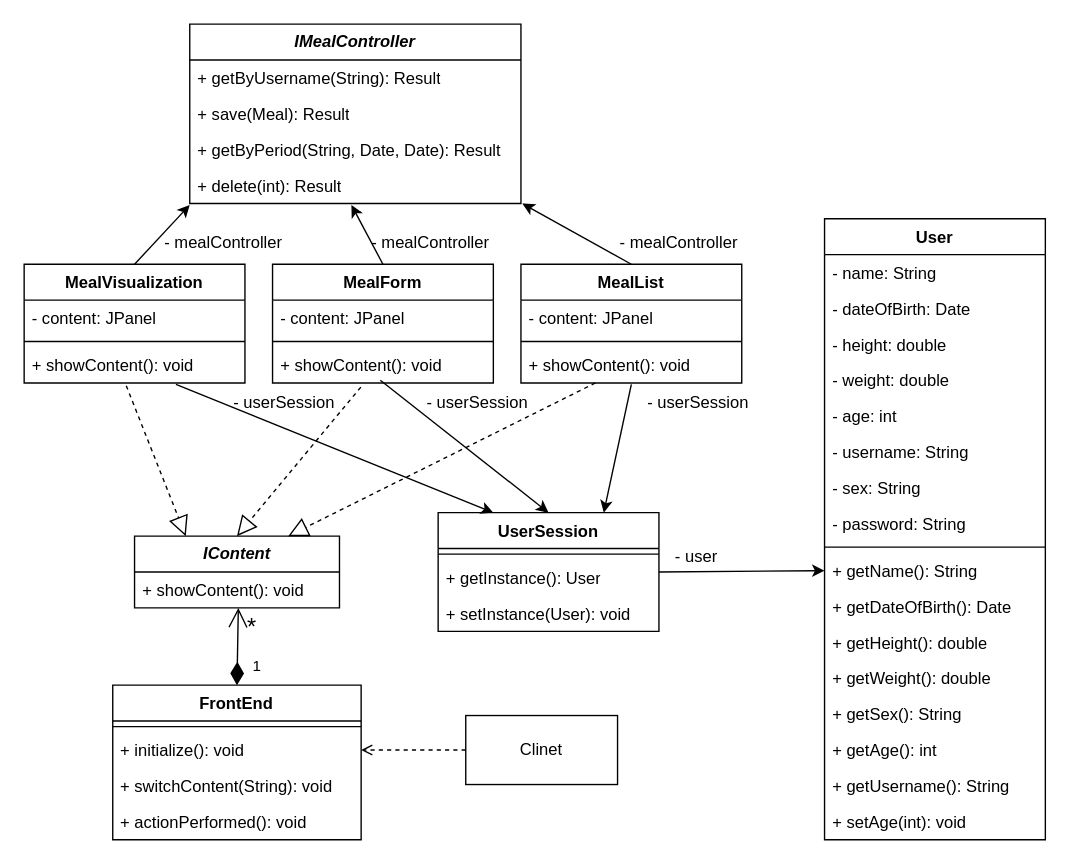
The draw.io diagram page "meal-view" (7 of 9) of doc/erd.drawio in leidZhang/Nutrifit, before the edit. Source tidied: cells renumbered, new cells numbered last; positions are measured from the earlier drawing's top-left corner, leaving out a move shared by most shapes. Both pictures are drawn from the tidied source at 138%, with x=0, y=0 at pixel (23, 23).
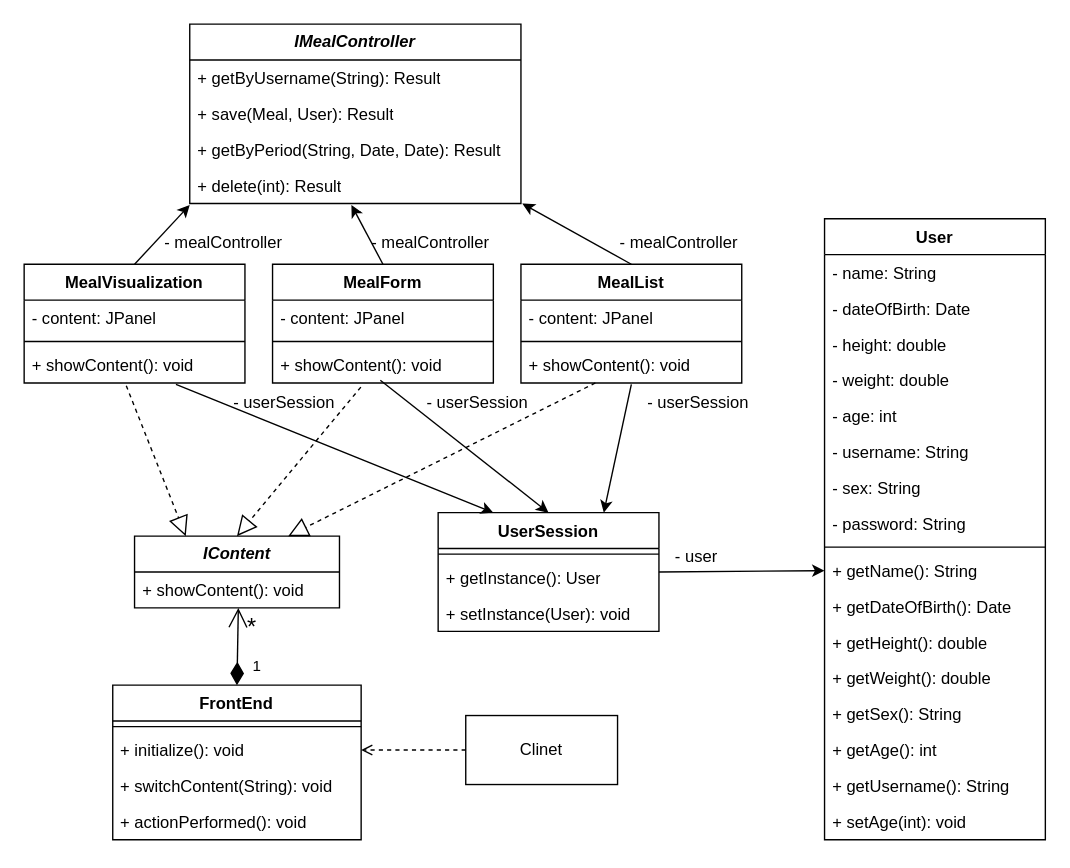
Above is the later version.

The change refers to these unchanged cells:
```xml
<mxCell id="60" value="&lt;b&gt;&lt;i&gt;IMealController&lt;/i&gt;&lt;/b&gt;" style="swimlane;fontStyle=0;horizontal=1;startSize=26;fillColor=none;whiteSpace=wrap;html=1;" parent="1" vertex="1">
  <mxGeometry x="120" width="240" height="130" as="geometry" />
</mxCell>
```

The edit, as a diff of the source:
```diff
@@
-    <mxCell id="62" value="+ save(Meal): Result" style="text;strokeColor=none;fillColor=none;align=left;verticalAlign=top;spacingLeft=4;spacingRight=4;overflow=hidden;whiteSpace=wrap;html=1;" parent="60" vertex="1">
+    <mxCell id="62" value="+ save(Meal, User): Result" style="text;strokeColor=none;fillColor=none;align=left;verticalAlign=top;spacingLeft=4;spacingRight=4;overflow=hidden;whiteSpace=wrap;html=1;" parent="60" vertex="1">
       <mxGeometry y="52" width="240" height="26" as="geometry" />
     </mxCell>
```
